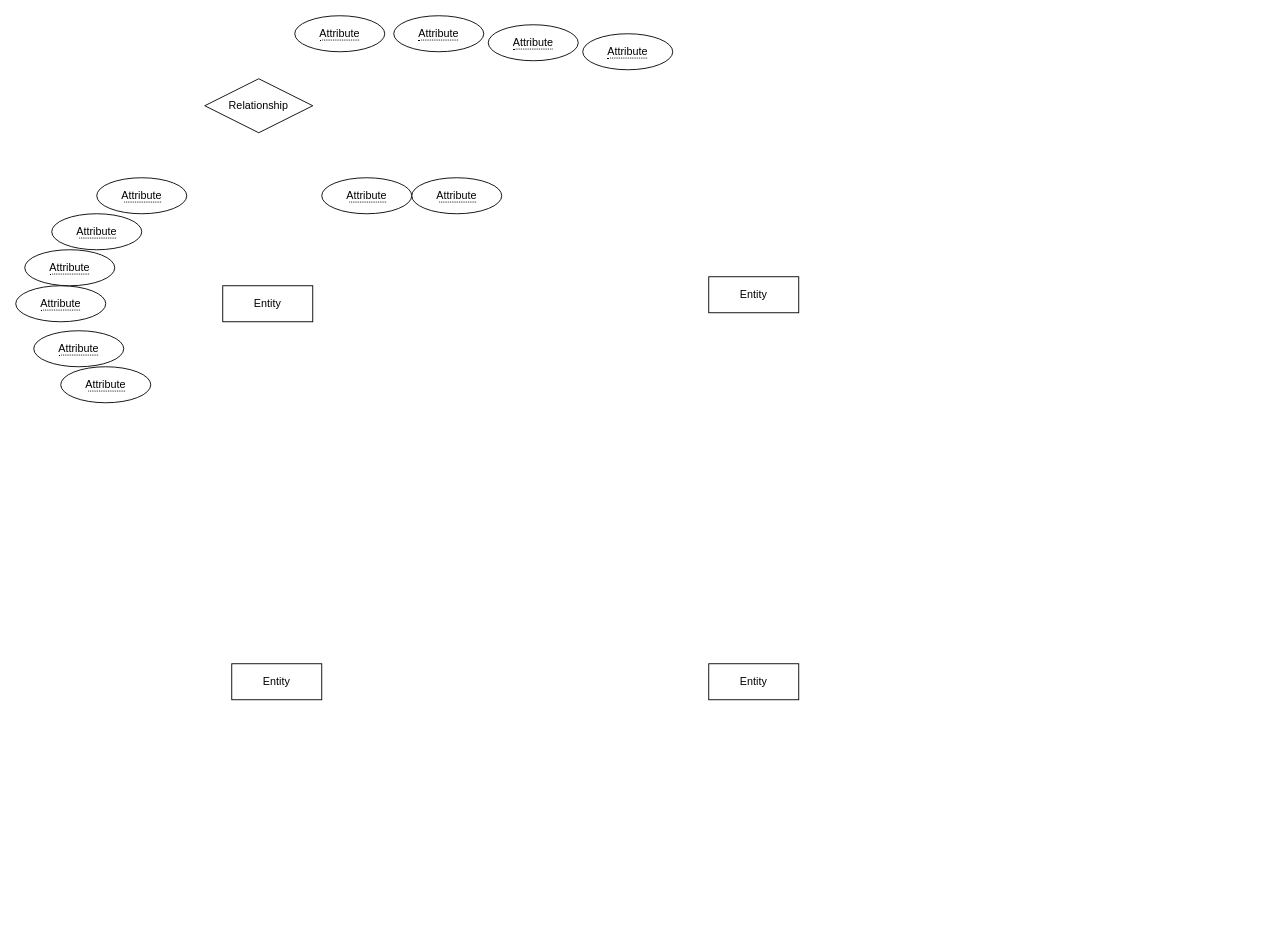
The draw.io diagram 1DV503_student_network.drawio in VinX-To-play/1DV503-Databases, before the edit. Source tidied: cells renumbered, new cells numbered last; positions are measured from the earlier drawing's top-left corner, leaving out a move shared by most shapes. Both pictures are drawn from the tidied source at 90%, with x=0, y=0 at pixel (15, 15).
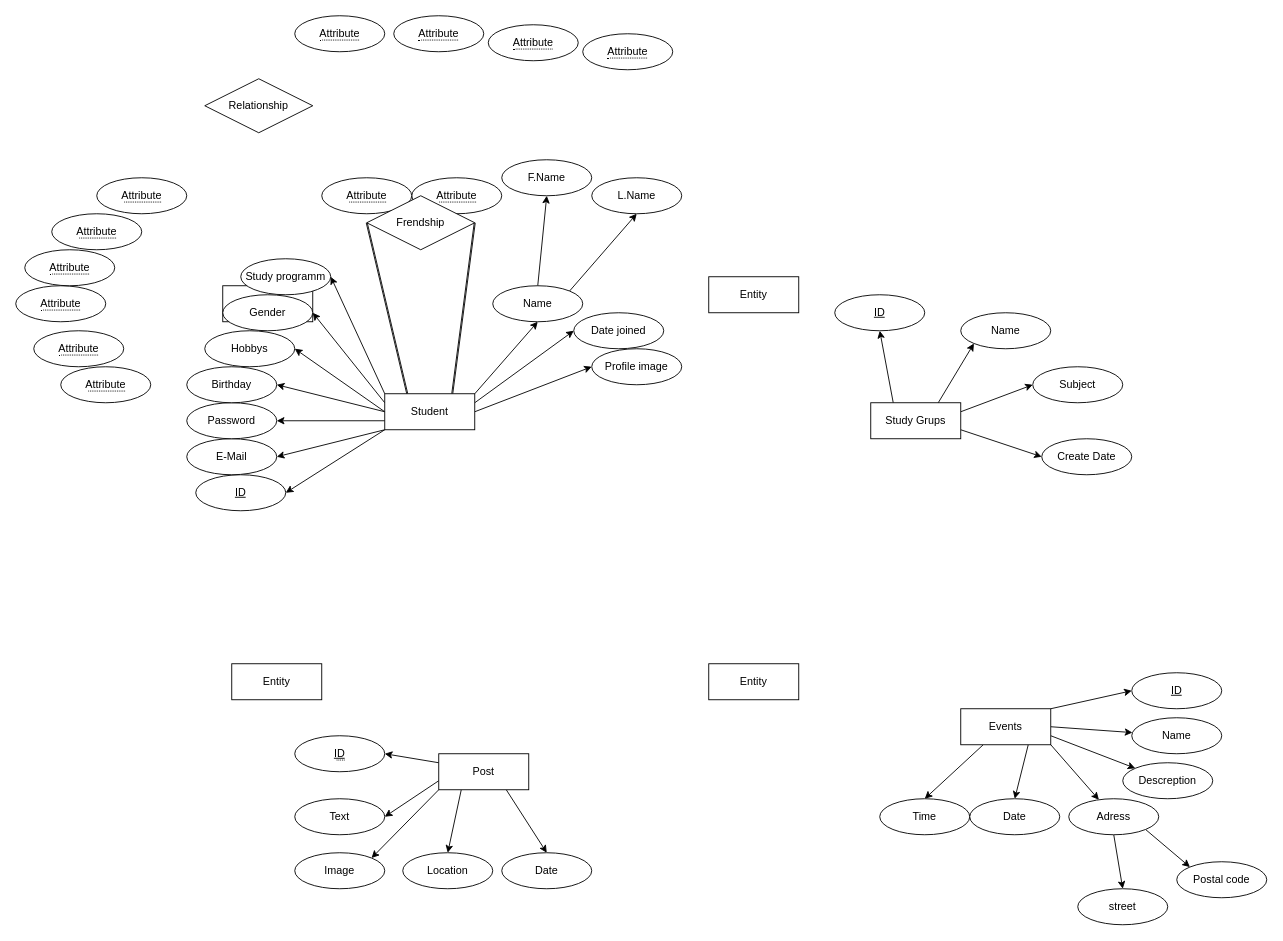
The same page after the edit.

Change to the diagram source:
```diff
@@
+    <mxCell id="19" style="edgeStyle=none;rounded=0;jettySize=auto;html=1;exitX=1;exitY=0.5;exitDx=0;exitDy=0;entryX=0;entryY=0.5;entryDx=0;entryDy=0;" parent="1" edge="1" source="31" target="32">
+      <mxGeometry relative="1" as="geometry" />
+    </mxCell>
@@
+    <mxCell id="20" style="edgeStyle=none;rounded=0;jettySize=auto;html=1;exitX=1;exitY=0.25;exitDx=0;exitDy=0;entryX=0;entryY=0.5;entryDx=0;entryDy=0;" parent="1" edge="1" source="31" target="35">
+      <mxGeometry relative="1" as="geometry" />
+    </mxCell>
@@
+    <mxCell id="21" style="edgeStyle=none;rounded=0;jettySize=auto;html=1;exitX=1;exitY=0;exitDx=0;exitDy=0;entryX=0.5;entryY=1;entryDx=0;entryDy=0;" parent="1" edge="1" source="31" target="43">
+      <mxGeometry relative="1" as="geometry" />
+    </mxCell>
@@
+    <mxCell id="22" style="edgeStyle=none;rounded=0;jettySize=auto;html=1;exitX=0;exitY=0;exitDx=0;exitDy=0;entryX=1;entryY=0.5;entryDx=0;entryDy=0;" parent="1" edge="1" source="31" target="40">
+      <mxGeometry relative="1" as="geometry" />
+    </mxCell>
@@
+    <mxCell id="23" style="edgeStyle=none;rounded=0;jettySize=auto;html=1;exitX=0;exitY=0.25;exitDx=0;exitDy=0;entryX=1;entryY=0.5;entryDx=0;entryDy=0;" parent="1" edge="1" source="31" target="39">
+      <mxGeometry relative="1" as="geometry" />
+    </mxCell>
@@
+    <mxCell id="24" style="edgeStyle=none;rounded=0;jettySize=auto;html=1;exitX=0;exitY=0.5;exitDx=0;exitDy=0;entryX=1;entryY=0.5;entryDx=0;entryDy=0;" parent="1" edge="1" source="31" target="38">
+      <mxGeometry relative="1" as="geometry" />
+    </mxCell>
@@
+    <mxCell id="25" style="edgeStyle=none;rounded=0;jettySize=auto;html=1;exitX=0;exitY=0.5;exitDx=0;exitDy=0;entryX=1;entryY=0.5;entryDx=0;entryDy=0;" parent="1" edge="1" source="31" target="37">
+      <mxGeometry relative="1" as="geometry" />
+    </mxCell>
@@
+    <mxCell id="26" style="edgeStyle=none;rounded=0;jettySize=auto;html=1;exitX=0;exitY=0.75;exitDx=0;exitDy=0;entryX=1;entryY=0.5;entryDx=0;entryDy=0;" parent="1" edge="1" source="31" target="36">
+      <mxGeometry relative="1" as="geometry" />
+    </mxCell>
@@
+    <mxCell id="27" style="edgeStyle=none;rounded=0;jettySize=auto;html=1;exitX=0;exitY=1;exitDx=0;exitDy=0;entryX=1;entryY=0.5;entryDx=0;entryDy=0;" parent="1" edge="1" source="31" target="34">
+      <mxGeometry relative="1" as="geometry" />
+    </mxCell>
@@
+    <mxCell id="28" style="edgeStyle=none;rounded=0;jettySize=auto;html=1;exitX=0;exitY=1;exitDx=0;exitDy=0;entryX=1;entryY=0.5;entryDx=0;entryDy=0;" parent="1" edge="1" source="31" target="33">
+      <mxGeometry relative="1" as="geometry" />
+    </mxCell>
@@
+    <mxCell id="29" style="edgeStyle=none;rounded=0;jettySize=auto;html=1;exitX=0.75;exitY=0;exitDx=0;exitDy=0;entryX=1;entryY=0.5;entryDx=0;entryDy=0;shape=link;width=-1.1111111111111125;" parent="1" edge="1" source="31" target="44">
+      <mxGeometry relative="1" as="geometry" />
+    </mxCell>
@@
+    <mxCell id="30" style="edgeStyle=none;rounded=0;jettySize=auto;html=1;exitX=0.25;exitY=0;exitDx=0;exitDy=0;entryX=0;entryY=0.5;entryDx=0;entryDy=0;shape=link;width=1.1111111111111107;" parent="1" edge="1" source="31" target="44">
+      <mxGeometry relative="1" as="geometry" />
+    </mxCell>
@@
+    <mxCell id="31" value="Student" style="whiteSpace=wrap;html=1;align=center;" parent="1" vertex="1">
+      <mxGeometry x="410" y="420" width="100" height="40" as="geometry" />
+    </mxCell>
@@
+    <mxCell id="32" value="Profile image" style="ellipse;whiteSpace=wrap;html=1;align=center;" parent="1" vertex="1">
+      <mxGeometry x="640" y="370" width="100" height="40" as="geometry" />
+    </mxCell>
@@
+    <mxCell id="33" value="&lt;u&gt;ID&lt;/u&gt;" style="ellipse;whiteSpace=wrap;html=1;align=center;" parent="1" vertex="1">
+      <mxGeometry x="200" y="510" width="100" height="40" as="geometry" />
+    </mxCell>
@@
+    <mxCell id="34" value="E-Mail" style="ellipse;whiteSpace=wrap;html=1;align=center;" parent="1" vertex="1">
+      <mxGeometry x="190" y="470" width="100" height="40" as="geometry" />
+    </mxCell>
@@
+    <mxCell id="35" value="Date joined" style="ellipse;whiteSpace=wrap;html=1;align=center;" parent="1" vertex="1">
+      <mxGeometry x="620" y="330" width="100" height="40" as="geometry" />
+    </mxCell>
@@
+    <mxCell id="36" value="Password" style="ellipse;whiteSpace=wrap;html=1;align=center;" parent="1" vertex="1">
+      <mxGeometry x="190" y="430" width="100" height="40" as="geometry" />
+    </mxCell>
+    <mxCell id="37" value="Birthday" style="ellipse;whiteSpace=wrap;html=1;align=center;" parent="1" vertex="1">
+      <mxGeometry x="190" y="390" width="100" height="40" as="geometry" />
+    </mxCell>
+    <mxCell id="38" value="Hobbys" style="ellipse;whiteSpace=wrap;html=1;align=center;" parent="1" vertex="1">
+      <mxGeometry x="210" y="350" width="100" height="40" as="geometry" />
+    </mxCell>
+    <mxCell id="39" value="Gender" style="ellipse;whiteSpace=wrap;html=1;align=center;" parent="1" vertex="1">
+      <mxGeometry x="230" y="310" width="100" height="40" as="geometry" />
+    </mxCell>
+    <mxCell id="40" value="Study programm" style="ellipse;whiteSpace=wrap;html=1;align=center;" parent="1" vertex="1">
+      <mxGeometry x="250" y="270" width="100" height="40" as="geometry" />
+    </mxCell>
+    <mxCell id="41" style="edgeStyle=none;rounded=0;jettySize=auto;html=1;exitX=0.5;exitY=0;exitDx=0;exitDy=0;entryX=0.5;entryY=1;entryDx=0;entryDy=0;" parent="1" edge="1" source="43" target="46">
+      <mxGeometry relative="1" as="geometry" />
+    </mxCell>
+    <mxCell id="42" style="edgeStyle=none;rounded=0;jettySize=auto;html=1;exitX=1;exitY=0;exitDx=0;exitDy=0;entryX=0.5;entryY=1;entryDx=0;entryDy=0;" parent="1" edge="1" source="43" target="45">
+      <mxGeometry relative="1" as="geometry" />
+    </mxCell>
+    <mxCell id="43" value="Name" style="ellipse;whiteSpace=wrap;html=1;align=center;" parent="1" vertex="1">
+      <mxGeometry x="530" y="300" width="100" height="40" as="geometry" />
+    </mxCell>
+    <mxCell id="44" value="Frendship" style="shape=rhombus;perimeter=rhombusPerimeter;whiteSpace=wrap;html=1;align=center;" parent="1" vertex="1">
+      <mxGeometry x="390" y="200" width="120" height="60" as="geometry" />
+    </mxCell>
+    <mxCell id="45" value="L.Name" style="ellipse;whiteSpace=wrap;html=1;align=center;" parent="1" vertex="1">
+      <mxGeometry x="640" y="180" width="100" height="40" as="geometry" />
+    </mxCell>
+    <mxCell id="46" value="F.Name" style="ellipse;whiteSpace=wrap;html=1;align=center;" parent="1" vertex="1">
+      <mxGeometry x="540" y="160" width="100" height="40" as="geometry" />
+    </mxCell>
+    <mxCell id="47" style="edgeStyle=none;rounded=0;jettySize=auto;html=1;exitX=0.25;exitY=0;exitDx=0;exitDy=0;entryX=0.5;entryY=1;entryDx=0;entryDy=0;" parent="1" edge="1" source="51" target="55">
+      <mxGeometry relative="1" as="geometry" />
+    </mxCell>
+    <mxCell id="48" style="edgeStyle=none;rounded=0;jettySize=auto;html=1;exitX=0.75;exitY=0;exitDx=0;exitDy=0;entryX=0;entryY=1;entryDx=0;entryDy=0;" parent="1" edge="1" source="51" target="54">
+      <mxGeometry relative="1" as="geometry" />
+    </mxCell>
+    <mxCell id="49" style="edgeStyle=none;rounded=0;jettySize=auto;html=1;exitX=1;exitY=0.25;exitDx=0;exitDy=0;entryX=0;entryY=0.5;entryDx=0;entryDy=0;" parent="1" edge="1" source="51" target="53">
+      <mxGeometry relative="1" as="geometry" />
+    </mxCell>
+    <mxCell id="50" style="edgeStyle=none;rounded=0;jettySize=auto;html=1;exitX=1;exitY=0.75;exitDx=0;exitDy=0;entryX=0;entryY=0.5;entryDx=0;entryDy=0;" parent="1" edge="1" source="51" target="52">
+      <mxGeometry relative="1" as="geometry" />
+    </mxCell>
+    <mxCell id="51" value="Study Grups" style="whiteSpace=wrap;html=1;align=center;" parent="1" vertex="1">
+      <mxGeometry x="950" y="430" width="100" height="40" as="geometry" />
+    </mxCell>
+    <mxCell id="52" value="Create Date" style="ellipse;whiteSpace=wrap;html=1;align=center;" parent="1" vertex="1">
+      <mxGeometry x="1140" y="470" width="100" height="40" as="geometry" />
+    </mxCell>
+    <mxCell id="53" value="Subject" style="ellipse;whiteSpace=wrap;html=1;align=center;" parent="1" vertex="1">
+      <mxGeometry x="1130" y="390" width="100" height="40" as="geometry" />
+    </mxCell>
+    <mxCell id="54" value="Name" style="ellipse;whiteSpace=wrap;html=1;align=center;" parent="1" vertex="1">
+      <mxGeometry x="1050" y="330" width="100" height="40" as="geometry" />
+    </mxCell>
+    <mxCell id="55" value="&lt;u&gt;ID&lt;/u&gt;" style="ellipse;whiteSpace=wrap;html=1;align=center;" parent="1" vertex="1">
+      <mxGeometry x="910" y="310" width="100" height="40" as="geometry" />
+    </mxCell>
+    <mxCell id="56" style="edgeStyle=none;rounded=0;jettySize=auto;html=1;exitX=1;exitY=0;exitDx=0;exitDy=0;entryX=0;entryY=0.5;entryDx=0;entryDy=0;" parent="1" edge="1" source="62" target="70">
+      <mxGeometry relative="1" as="geometry" />
+    </mxCell>
+    <mxCell id="57" style="edgeStyle=none;rounded=0;jettySize=auto;html=1;exitX=1;exitY=0.5;exitDx=0;exitDy=0;" parent="1" edge="1" source="62" target="69">
+      <mxGeometry relative="1" as="geometry" />
+    </mxCell>
+    <mxCell id="58" style="edgeStyle=none;rounded=0;jettySize=auto;html=1;exitX=1;exitY=0.75;exitDx=0;exitDy=0;" parent="1" edge="1" source="62" target="68">
+      <mxGeometry relative="1" as="geometry" />
+    </mxCell>
+    <mxCell id="59" style="edgeStyle=none;rounded=0;jettySize=auto;html=1;exitX=1;exitY=1;exitDx=0;exitDy=0;" parent="1" edge="1" source="62" target="67">
+      <mxGeometry relative="1" as="geometry" />
+    </mxCell>
+    <mxCell id="60" style="edgeStyle=none;rounded=0;jettySize=auto;html=1;exitX=0.75;exitY=1;exitDx=0;exitDy=0;entryX=0.5;entryY=0;entryDx=0;entryDy=0;" parent="1" edge="1" source="62" target="64">
+      <mxGeometry relative="1" as="geometry" />
+    </mxCell>
+    <mxCell id="61" style="edgeStyle=none;rounded=0;jettySize=auto;html=1;exitX=0.25;exitY=1;exitDx=0;exitDy=0;entryX=0.5;entryY=0;entryDx=0;entryDy=0;" parent="1" edge="1" source="62" target="63">
+      <mxGeometry relative="1" as="geometry" />
+    </mxCell>
+    <mxCell id="62" value="Events" style="whiteSpace=wrap;html=1;align=center;" parent="1" vertex="1">
+      <mxGeometry x="1050" y="770" width="100" height="40" as="geometry" />
+    </mxCell>
+    <mxCell id="63" value="Time" style="ellipse;whiteSpace=wrap;html=1;align=center;" parent="1" vertex="1">
+      <mxGeometry x="960" y="870" width="100" height="40" as="geometry" />
+    </mxCell>
+    <mxCell id="64" value="Date" style="ellipse;whiteSpace=wrap;html=1;align=center;" parent="1" vertex="1">
+      <mxGeometry x="1060" y="870" width="100" height="40" as="geometry" />
+    </mxCell>
+    <mxCell id="65" style="edgeStyle=none;rounded=0;jettySize=auto;html=1;exitX=0.5;exitY=1;exitDx=0;exitDy=0;entryX=0.5;entryY=0;entryDx=0;entryDy=0;" parent="1" edge="1" source="67" target="72">
+      <mxGeometry relative="1" as="geometry" />
+    </mxCell>
+    <mxCell id="66" style="edgeStyle=none;rounded=0;jettySize=auto;html=1;exitX=1;exitY=1;exitDx=0;exitDy=0;entryX=0;entryY=0;entryDx=0;entryDy=0;" parent="1" edge="1" source="67" target="71">
+      <mxGeometry relative="1" as="geometry" />
+    </mxCell>
+    <mxCell id="67" value="Adress" style="ellipse;whiteSpace=wrap;html=1;align=center;" parent="1" vertex="1">
+      <mxGeometry x="1170" y="870" width="100" height="40" as="geometry" />
+    </mxCell>
+    <mxCell id="68" value="Descreption" style="ellipse;whiteSpace=wrap;html=1;align=center;" parent="1" vertex="1">
+      <mxGeometry x="1230" y="830" width="100" height="40" as="geometry" />
+    </mxCell>
+    <mxCell id="69" value="Name" style="ellipse;whiteSpace=wrap;html=1;align=center;" parent="1" vertex="1">
+      <mxGeometry x="1240" y="780" width="100" height="40" as="geometry" />
+    </mxCell>
+    <mxCell id="70" value="&lt;u&gt;ID&lt;/u&gt;" style="ellipse;whiteSpace=wrap;html=1;align=center;" parent="1" vertex="1">
+      <mxGeometry x="1240" y="730" width="100" height="40" as="geometry" />
+    </mxCell>
+    <mxCell id="71" value="Postal code" style="ellipse;whiteSpace=wrap;html=1;align=center;" parent="1" vertex="1">
+      <mxGeometry x="1290" y="940" width="100" height="40" as="geometry" />
+    </mxCell>
+    <mxCell id="72" value="street" style="ellipse;whiteSpace=wrap;html=1;align=center;" parent="1" vertex="1">
+      <mxGeometry x="1180" y="970" width="100" height="40" as="geometry" />
+    </mxCell>
+    <mxCell id="73" style="edgeStyle=none;rounded=0;jettySize=auto;html=1;exitX=0;exitY=1;exitDx=0;exitDy=0;entryX=1;entryY=0;entryDx=0;entryDy=0;" parent="1" edge="1" source="78" target="81">
+      <mxGeometry relative="1" as="geometry" />
+    </mxCell>
+    <mxCell id="74" style="edgeStyle=none;rounded=0;jettySize=auto;html=1;exitX=0;exitY=0.75;exitDx=0;exitDy=0;entryX=1;entryY=0.5;entryDx=0;entryDy=0;" parent="1" edge="1" source="78" target="82">
+      <mxGeometry relative="1" as="geometry" />
+    </mxCell>
+    <mxCell id="75" style="edgeStyle=none;rounded=0;jettySize=auto;html=1;exitX=0;exitY=0.25;exitDx=0;exitDy=0;entryX=1;entryY=0.5;entryDx=0;entryDy=0;" parent="1" edge="1" source="78" target="83">
+      <mxGeometry relative="1" as="geometry" />
+    </mxCell>
+    <mxCell id="76" style="edgeStyle=none;rounded=0;jettySize=auto;html=1;exitX=0.25;exitY=1;exitDx=0;exitDy=0;entryX=0.5;entryY=0;entryDx=0;entryDy=0;" parent="1" edge="1" source="78" target="80">
+      <mxGeometry relative="1" as="geometry" />
+    </mxCell>
+    <mxCell id="77" style="edgeStyle=none;rounded=0;jettySize=auto;html=1;exitX=0.75;exitY=1;exitDx=0;exitDy=0;entryX=0.5;entryY=0;entryDx=0;entryDy=0;" parent="1" edge="1" source="78" target="79">
+      <mxGeometry relative="1" as="geometry" />
+    </mxCell>
+    <mxCell id="78" value="Post" style="whiteSpace=wrap;html=1;align=center;" parent="1" vertex="1">
+      <mxGeometry x="470" y="820" width="100" height="40" as="geometry" />
+    </mxCell>
+    <mxCell id="79" value="Date" style="ellipse;whiteSpace=wrap;html=1;align=center;" parent="1" vertex="1">
+      <mxGeometry x="540" y="930" width="100" height="40" as="geometry" />
+    </mxCell>
+    <mxCell id="80" value="Location" style="ellipse;whiteSpace=wrap;html=1;align=center;" parent="1" vertex="1">
+      <mxGeometry x="430" y="930" width="100" height="40" as="geometry" />
+    </mxCell>
+    <mxCell id="81" value="Image" style="ellipse;whiteSpace=wrap;html=1;align=center;" parent="1" vertex="1">
+      <mxGeometry x="310" y="930" width="100" height="40" as="geometry" />
+    </mxCell>
+    <mxCell id="82" value="Text" style="ellipse;whiteSpace=wrap;html=1;align=center;" parent="1" vertex="1">
+      <mxGeometry x="310" y="870" width="100" height="40" as="geometry" />
+    </mxCell>
+    <mxCell id="83" value="&lt;u&gt;&lt;span style=&quot;border-bottom: 1px dotted&quot;&gt;ID&lt;/span&gt;&lt;/u&gt;" style="ellipse;whiteSpace=wrap;html=1;align=center;" parent="1" vertex="1">
+      <mxGeometry x="310" y="800" width="100" height="40" as="geometry" />
+    </mxCell>
```
